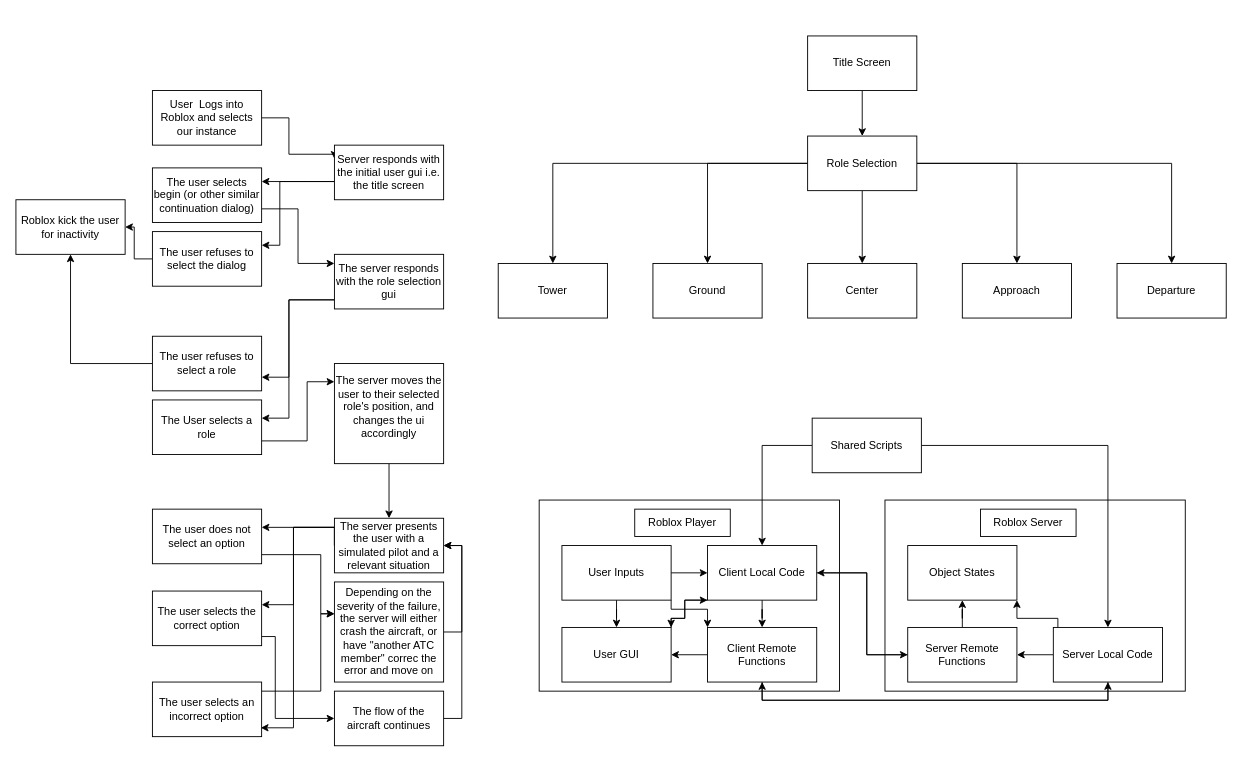
Above: High_Level_Design.drawio in apant265/RobloxAirportSim (draw.io), before the change. Source tidied: cells renumbered, new cells numbered last; positions are measured from the earlier drawing's top-left corner, leaving out a move shared by most shapes. Both pictures are drawn from the tidied source at 91%, with x=0, y=0 at pixel (15, 35).
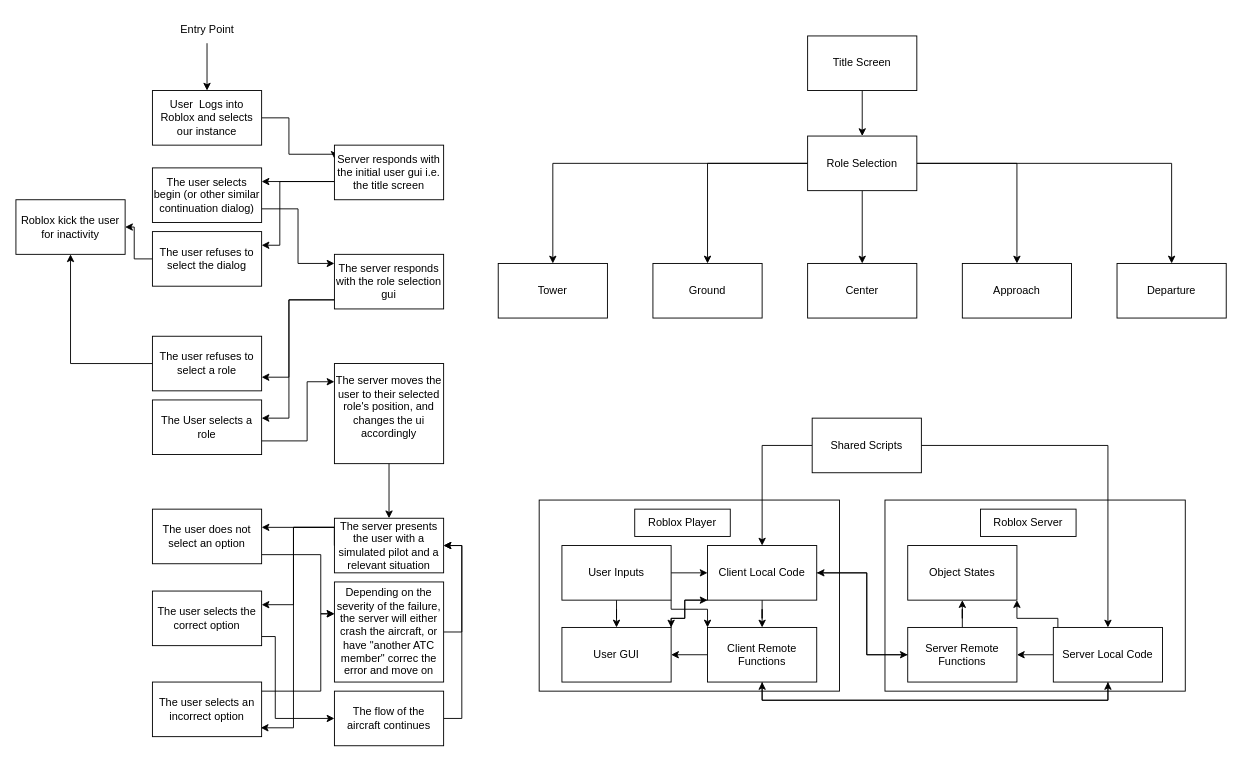
Above is the later version.

Commit message (it also covers changes not shown here):
Added entry label to High_Level_Design.drawio

The change refers to these unchanged cells:
```xml
<mxCell id="16" value="User&amp;nbsp; Logs into Roblox and selects our instance" style="rounded=0;whiteSpace=wrap;html=1;" parent="1" vertex="1">
  <mxGeometry x="150" y="60" width="120" height="60" as="geometry" />
</mxCell>
```

Diff of the diagram source:
```diff
@@
+    <mxCell id="76" style="endArrow=classic;html=1;rounded=0;entryX=0.5;entryY=0;entryDx=0;entryDy=0;" parent="1" edge="1" source="77" target="16">
+      <mxGeometry relative="1" as="geometry" />
+    </mxCell>
+    <mxCell id="77" value="Entry Point" style="text;html=1;align=center;verticalAlign=middle;points=[];strokeColor=none;fillColor=none;" parent="1" vertex="1">
+      <mxGeometry x="170" y="-22" width="80" height="30" as="geometry" />
+    </mxCell>
```
